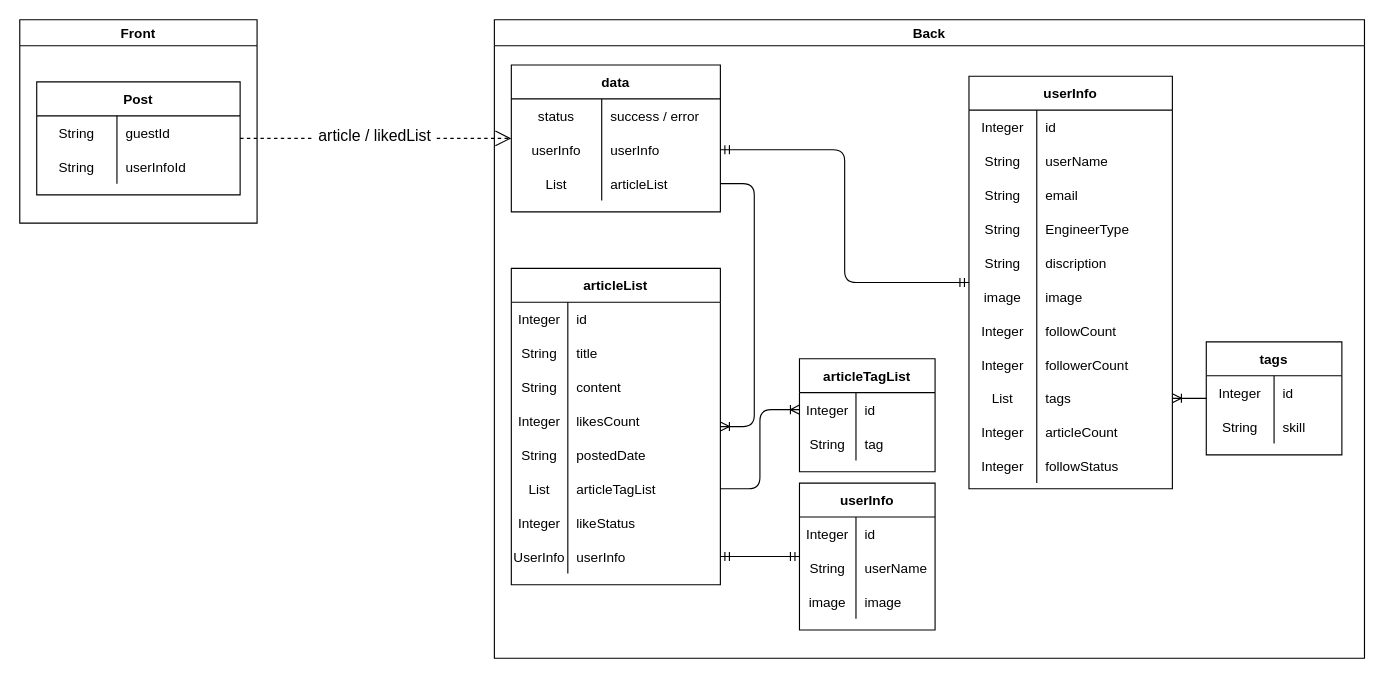
Earlier version of the draw.io diagram page "[表示]投稿記事一覧" (5 of 21) of Designs/基本設計.drawio (yusuke-rakus/Qiish). Source tidied: cells renumbered, new cells numbered last; positions are measured from the earlier drawing's top-left corner, leaving out a move shared by most shapes. Both pictures are drawn from the tidied source at 113%, with x=0, y=0 at pixel (19, 19).
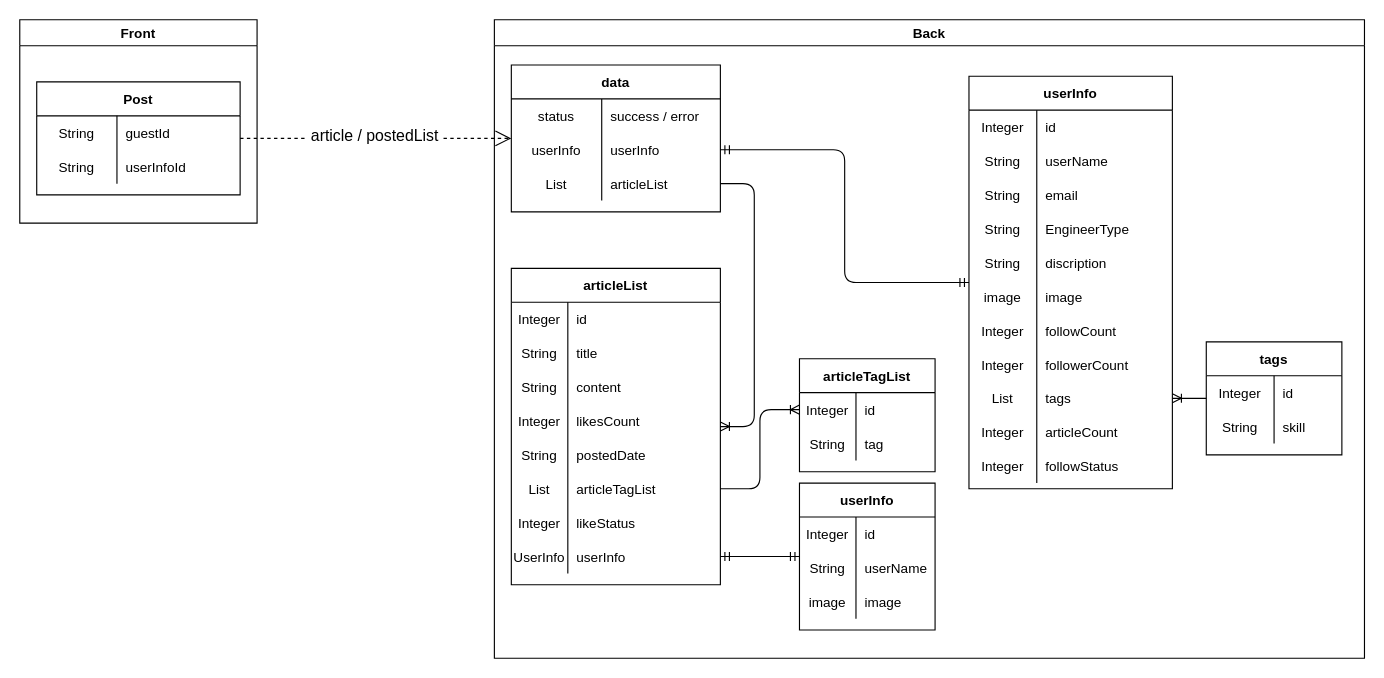
The same diagram, later.

The change refers to these unchanged cells:
```xml
<mxCell id="101" style="endArrow=open;endSize=12;dashed=1;html=1;" parent="1" edge="1" source="104" target="3">
  <mxGeometry relative="1" as="geometry" />
</mxCell>
```

The edit, as a diff of the source:
```diff
@@
-    <mxCell id="102" value="&amp;nbsp;article / likedList&amp;nbsp;" style="edgeLabel;html=1;align=center;verticalAlign=middle;fontSize=14;" parent="101" vertex="1">
+    <mxCell id="102" value="&amp;nbsp;article / postedList&amp;nbsp;" style="edgeLabel;html=1;align=center;verticalAlign=middle;fontSize=14;" parent="101" vertex="1">
       <mxGeometry x="-0.02" y="3" relative="1" as="geometry" />
     </mxCell>
```
